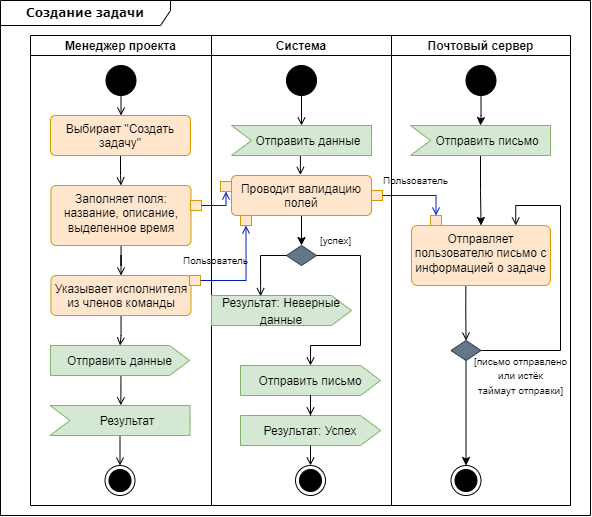
Above: docs/activity_diagrams/create_task.png in aVorotnikov/thunder_board (draw.io), before the change. Source tidied: cells renumbered, new cells last; positions are measured from the earlier drawing's top-left corner, leaving out a move shared by most shapes.
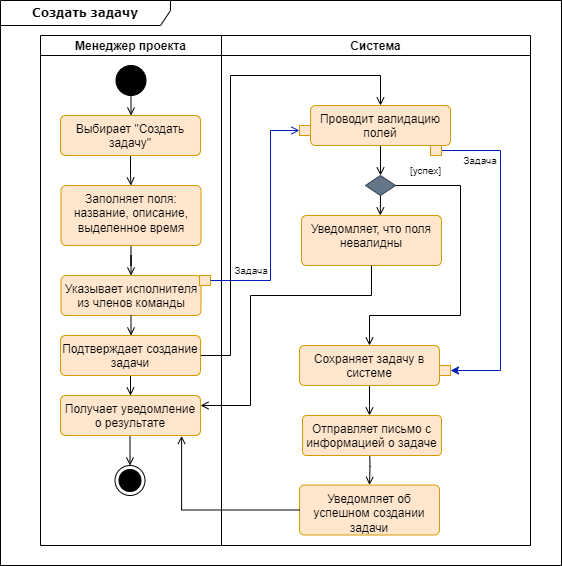
Above is the later version.

Commit message:
Перенос диаграммы

The edit, as a diff of the source:
```diff
@@ -2,17 +2,14 @@
   <root>
     <mxCell id="0" />
     <mxCell id="1" parent="0" />
-    <mxCell id="2" value="&lt;b&gt;Создание задачи&lt;/b&gt;" style="shape=umlFrame;whiteSpace=wrap;html=1;rounded=1;shadow=0;comic=0;labelBackgroundColor=none;strokeWidth=1;fontFamily=Verdana;fontSize=12;align=center;width=170;height=25;" parent="1" vertex="1">
-      <mxGeometry width="590" height="515" as="geometry" />
-    </mxCell>
     <mxCell id="3" style="shape=table;startSize=0;fillColor=none;" parent="1" vertex="1">
-      <mxGeometry x="30" y="35" width="540" height="470" as="geometry" />
+      <mxGeometry x="30" y="35" width="490" height="510" as="geometry" />
     </mxCell>
     <mxCell id="4" style="shape=tableRow;horizontal=0;swimlaneHead=0;swimlaneBody=0;top=0;left=0;strokeColor=inherit;bottom=0;right=0;fontStyle=0;fillColor=none;startSize=0;" parent="3" vertex="1">
-      <mxGeometry width="540" height="470" as="geometry" />
+      <mxGeometry width="490" height="510" as="geometry" />
     </mxCell>
     <mxCell id="5" value="Менеджер проекта" style="swimlane;swimlaneHead=0;swimlaneBody=0;fontStyle=1;strokeColor=inherit;fillColor=none;startSize=20;" parent="4" vertex="1">
-      <mxGeometry width="181" height="470" as="geometry" />
+      <mxGeometry width="181" height="510" as="geometry" />
     </mxCell>
     <mxCell id="6" style="edgeStyle=orthogonalEdgeStyle;rounded=0;jettySize=auto;html=1;endArrow=open;endFill=0;" parent="5" edge="1" source="7" target="9">
       <mxGeometry relative="1" as="geometry" />
@@ -32,173 +29,139 @@
     <mxCell id="11" value="Заполняет поля: название, описание, выделенное время" style="html=1;align=center;verticalAlign=top;rounded=1;absoluteArcSize=1;arcSize=10;dashed=0;whiteSpace=wrap;fillColor=#ffe6cc;strokeColor=#d79b00;" parent="5" vertex="1">
       <mxGeometry x="20.5" y="150" width="140" height="60" as="geometry" />
     </mxCell>
-    <mxCell id="12" style="edgeStyle=orthogonalEdgeStyle;rounded=0;jettySize=auto;html=1;endArrow=open;endFill=0;" parent="5" edge="1" source="13" target="20">
-      <mxGeometry relative="1" as="geometry" />
-    </mxCell>
     <mxCell id="13" value="Указывает исполнителя из членов команды" style="html=1;align=center;verticalAlign=top;rounded=1;absoluteArcSize=1;arcSize=10;dashed=0;whiteSpace=wrap;fillColor=#ffe6cc;strokeColor=#d79b00;" parent="5" vertex="1">
       <mxGeometry x="20.5" y="240" width="140" height="40" as="geometry" />
     </mxCell>
-    <mxCell id="14" style="rounded=0;whiteSpace=wrap;html=1;fillColor=#ffe6cc;strokeColor=#d79b00;" parent="5" vertex="1">
-      <mxGeometry x="160" y="165" width="11" height="10" as="geometry" />
-    </mxCell>
     <mxCell id="15" style="rounded=0;whiteSpace=wrap;html=1;fillColor=#ffe6cc;strokeColor=#d79b00;" parent="5" vertex="1">
       <mxGeometry x="159" y="240" width="11" height="10" as="geometry" />
     </mxCell>
-    <mxCell id="16" style="edgeStyle=orthogonalEdgeStyle;rounded=0;jettySize=auto;html=1;endArrow=open;endFill=0;exitX=0;exitY=0;exitDx=70;exitDy=30;exitPerimeter=0;" parent="5" edge="1" source="17" target="18">
+    <mxCell id="16" style="edgeStyle=orthogonalEdgeStyle;rounded=0;jettySize=auto;html=1;endArrow=open;endFill=0;exitX=0;exitY=0;exitDx=70;exitDy=30;exitPerimeter=0;" parent="5" edge="1" target="18">
       <mxGeometry relative="1" as="geometry">
+        <mxPoint x="89.5" y="400" as="sourcePoint" />
         <Array as="points">
           <mxPoint x="90" y="452" />
           <mxPoint x="90" y="452" />
         </Array>
       </mxGeometry>
     </mxCell>
-    <mxCell id="17" value="&lt;font style=&quot;font-size: 12px;&quot;&gt;Результат&lt;/font&gt;" style="html=1;shape=mxgraph.infographic.ribbonSimple;notch1=20;notch2=0;align=center;verticalAlign=middle;fontSize=14;fontStyle=0;fillColor=#d5e8d4;flipH=0;spacingRight=0;spacingLeft=14;whiteSpace=wrap;strokeColor=#82b366;" parent="5" vertex="1">
-      <mxGeometry x="19.5" y="370" width="140" height="30" as="geometry" />
-    </mxCell>
     <mxCell id="18" style="ellipse;html=1;shape=endState;fillColor=strokeColor;" parent="5" vertex="1">
       <mxGeometry x="74.5" y="430" width="30" height="30" as="geometry" />
     </mxCell>
-    <mxCell id="19" style="edgeStyle=orthogonalEdgeStyle;rounded=0;jettySize=auto;html=1;exitX=0.507;exitY=0.996;exitDx=0;exitDy=0;exitPerimeter=0;entryX=0.506;entryY=-0.006;entryDx=0;entryDy=0;entryPerimeter=0;endArrow=open;endFill=0;" parent="5" edge="1" source="20" target="17">
-      <mxGeometry relative="1" as="geometry" />
-    </mxCell>
-    <mxCell id="20" value="&lt;font style=&quot;font-size: 12px;&quot;&gt;Отправить данные&lt;/font&gt;" style="html=1;shape=mxgraph.infographic.ribbonSimple;notch1=0;notch2=20;align=center;verticalAlign=middle;fontSize=14;fontStyle=0;fillColor=#d5e8d4;whiteSpace=wrap;strokeColor=#82b366;" parent="5" vertex="1">
-      <mxGeometry x="20" y="310" width="139" height="30" as="geometry" />
-    </mxCell>
     <mxCell id="21" value="Система" style="swimlane;swimlaneHead=0;swimlaneBody=0;fontStyle=1;strokeColor=inherit;fillColor=none;startSize=20;" parent="4" vertex="1">
-      <mxGeometry x="181" width="180" height="470" as="geometry" />
+      <mxGeometry x="181" width="309" height="510" as="geometry" />
     </mxCell>
+    <mxCell id="2" value="&lt;b&gt;Создать задачу&lt;/b&gt;" style="shape=umlFrame;whiteSpace=wrap;html=1;rounded=1;shadow=0;comic=0;labelBackgroundColor=none;strokeWidth=1;fontFamily=Verdana;fontSize=12;align=center;width=170;height=25;" parent="21" vertex="1">
+      <mxGeometry x="-221" y="-35" width="561" height="565" as="geometry" />
+    </mxCell>
-    <mxCell id="22" style="edgeStyle=orthogonalEdgeStyle;rounded=0;jettySize=auto;html=1;" parent="21" edge="1" source="23" target="25">
+    <mxCell id="22" style="edgeStyle=orthogonalEdgeStyle;rounded=0;jettySize=auto;html=1;exitX=0.5;exitY=1;exitDx=0;exitDy=0;endArrow=open;endFill=0;" parent="21" edge="1" source="23" target="25">
       <mxGeometry relative="1" as="geometry" />
     </mxCell>
     <mxCell id="23" value="Проводит валидацию полей" style="html=1;align=center;verticalAlign=top;rounded=1;absoluteArcSize=1;arcSize=10;dashed=0;whiteSpace=wrap;fillColor=#ffe6cc;strokeColor=#d79b00;" parent="21" vertex="1">
-      <mxGeometry x="20" y="140" width="140" height="40" as="geometry" />
+      <mxGeometry x="89" y="70" width="140" height="40" as="geometry" />
     </mxCell>
-    <mxCell id="24" style="rounded=0;whiteSpace=wrap;html=1;fillColor=#ffe6cc;strokeColor=#d79b00;" parent="21" vertex="1">
-      <mxGeometry x="9" y="146" width="11" height="10" as="geometry" />
-    </mxCell>
     <mxCell id="25" style="rhombus;whiteSpace=wrap;html=1;verticalAlign=top;rounded=0;arcSize=10;dashed=0;fillColor=#647687;fontColor=#ffffff;strokeColor=#314354;" parent="21" vertex="1">
-      <mxGeometry x="75" y="210" width="30" height="20" as="geometry" />
+      <mxGeometry x="144" y="140" width="30" height="20" as="geometry" />
     </mxCell>
-    <mxCell id="26" style="rounded=0;whiteSpace=wrap;html=1;fillColor=#ffe6cc;strokeColor=#d79b00;" parent="21" vertex="1">
-      <mxGeometry x="160" y="155" width="11" height="10" as="geometry" />
-    </mxCell>
     <mxCell id="27" value="&lt;font style=&quot;font-size: 10px;&quot;&gt;[успех]&lt;/font&gt;" style="text;html=1;align=center;verticalAlign=middle;strokeColor=none;fillColor=none;" parent="21" vertex="1">
-      <mxGeometry x="99" y="190" width="50" height="30" as="geometry" />
+      <mxGeometry x="179" y="120" width="50" height="30" as="geometry" />
     </mxCell>
-    <mxCell id="28" value="&lt;font style=&quot;font-size: 12px;&quot;&gt;Результат: Неверные данные&lt;/font&gt;" style="html=1;shape=mxgraph.infographic.ribbonSimple;notch1=0;notch2=20;align=center;verticalAlign=middle;fontSize=14;fontStyle=0;fillColor=#d5e8d4;whiteSpace=wrap;strokeColor=#82b366;" parent="21" vertex="1">
-      <mxGeometry y="260" width="140" height="30" as="geometry" />
-    </mxCell>
-    <mxCell id="29" value="&lt;font style=&quot;font-size: 12px;&quot;&gt;Отправить письмо&lt;/font&gt;" style="html=1;shape=mxgraph.infographic.ribbonSimple;notch1=0;notch2=20;align=center;verticalAlign=middle;fontSize=14;fontStyle=0;fillColor=#d5e8d4;whiteSpace=wrap;strokeColor=#82b366;" parent="21" vertex="1">
-      <mxGeometry x="29" y="330" width="140" height="30" as="geometry" />
-    </mxCell>
-    <mxCell id="30" style="endArrow=open;html=1;rounded=0;entryX=0.351;entryY=0.024;entryDx=0;entryDy=0;entryPerimeter=0;endFill=0;exitX=0;exitY=0.5;exitDx=0;exitDy=0;" parent="21" edge="1" source="25" target="28">
-      <mxGeometry relative="1" as="geometry">
-        <Array as="points">
-          <mxPoint x="49" y="220" />
-        </Array>
-      </mxGeometry>
-    </mxCell>
-    <mxCell id="31" style="ellipse;fillColor=strokeColor;html=1;" parent="21" vertex="1">
-      <mxGeometry x="75" y="30" width="30" height="30" as="geometry" />
-    </mxCell>
     <mxCell id="32" style="rounded=0;whiteSpace=wrap;html=1;fillColor=#ffe6cc;strokeColor=#d79b00;" parent="21" vertex="1">
-      <mxGeometry x="29" y="180" width="11" height="10" as="geometry" />
+      <mxGeometry x="78" y="90" width="11" height="10" as="geometry" />
     </mxCell>
-    <mxCell id="33" style="edgeStyle=orthogonalEdgeStyle;rounded=0;jettySize=auto;html=1;endArrow=open;endFill=0;exitX=1;exitY=0.5;exitDx=0;exitDy=0;" parent="21" edge="1" source="25">
+    <mxCell id="33" style="edgeStyle=orthogonalEdgeStyle;rounded=0;jettySize=auto;html=1;endArrow=open;endFill=0;exitX=1;exitY=0.5;exitDx=0;exitDy=0;entryX=0.5;entryY=0;entryDx=0;entryDy=0;" parent="21" edge="1" source="25" target="60">
       <mxGeometry relative="1" as="geometry">
-        <mxPoint x="99" y="330" as="targetPoint" />
         <Array as="points">
-          <mxPoint x="149" y="220" />
-          <mxPoint x="149" y="310" />
-          <mxPoint x="99" y="310" />
-          <mxPoint x="99" y="330" />
+          <mxPoint x="239" y="150" />
+          <mxPoint x="239" y="280" />
+          <mxPoint x="148" y="280" />
         </Array>
       </mxGeometry>
     </mxCell>
-    <mxCell id="34" style="ellipse;html=1;shape=endState;fillColor=strokeColor;" parent="21" vertex="1">
-      <mxGeometry x="84" y="430" width="30" height="30" as="geometry" />
-    </mxCell>
-    <mxCell id="35" value="Почтовый сервер" style="swimlane;swimlaneHead=0;swimlaneBody=0;fontStyle=1;strokeColor=inherit;fillColor=none;startSize=20;" parent="4" vertex="1">
-      <mxGeometry x="361" width="179" height="470" as="geometry" />
-    </mxCell>
-    <mxCell id="36" style="edgeStyle=orthogonalEdgeStyle;rounded=0;jettySize=auto;html=1;endArrow=open;endFill=0;exitX=0.391;exitY=1.006;exitDx=0;exitDy=0;exitPerimeter=0;" parent="35" edge="1" source="37" target="42">
-      <mxGeometry relative="1" as="geometry" />
-    </mxCell>
+    <mxCell id="59" style="edgeStyle=orthogonalEdgeStyle;rounded=0;jettySize=auto;html=1;endArrow=open;endFill=0;" parent="21" edge="1" source="60">
+      <mxGeometry relative="1" as="geometry">
+        <mxPoint x="148" y="380" as="targetPoint" />
+      </mxGeometry>
+    </mxCell>
+    <mxCell id="60" value="Сохраняет задачу в системе" style="html=1;align=center;verticalAlign=top;rounded=1;absoluteArcSize=1;arcSize=10;dashed=0;whiteSpace=wrap;fillColor=#ffe6cc;strokeColor=#d79b00;" parent="21" vertex="1">
+      <mxGeometry x="78" y="310" width="140" height="40" as="geometry" />
+    </mxCell>
+    <mxCell id="61" style="rounded=0;whiteSpace=wrap;html=1;fillColor=#ffe6cc;strokeColor=#d79b00;" parent="21" vertex="1">
+      <mxGeometry x="218" y="330" width="11" height="10" as="geometry" />
+    </mxCell>
+    <mxCell id="62" value="Задача" style="text;html=1;strokeColor=none;fillColor=none;align=center;verticalAlign=middle;whiteSpace=wrap;rounded=0;fontSize=10;" parent="21" vertex="1">
+      <mxGeometry x="229" y="110" width="60" height="30" as="geometry" />
+    </mxCell>
+    <mxCell id="63" value="Уведомляет, что поля невалидны" style="html=1;align=center;verticalAlign=top;rounded=1;absoluteArcSize=1;arcSize=10;dashed=0;whiteSpace=wrap;fillColor=#ffe6cc;strokeColor=#d79b00;" parent="21" vertex="1">
+      <mxGeometry x="80" y="180" width="140" height="50" as="geometry" />
+    </mxCell>
+    <mxCell id="64" style="edgeStyle=orthogonalEdgeStyle;rounded=0;jettySize=auto;html=1;exitX=0.5;exitY=1;exitDx=0;exitDy=0;entryX=0.563;entryY=0;entryDx=0;entryDy=0;entryPerimeter=0;endArrow=open;endFill=0;" parent="21" edge="1" source="25" target="63">
+      <mxGeometry relative="1" as="geometry" />
+    </mxCell>
+    <mxCell id="65" value="Уведомляет об успешном создании задачи" style="html=1;align=center;verticalAlign=top;rounded=1;absoluteArcSize=1;arcSize=10;dashed=0;whiteSpace=wrap;fillColor=#ffe6cc;strokeColor=#d79b00;" parent="21" vertex="1">
+      <mxGeometry x="78" y="449.5" width="140" height="50" as="geometry" />
+    </mxCell>
+    <mxCell id="66" style="edgeStyle=orthogonalEdgeStyle;rounded=0;jettySize=auto;html=1;endArrow=open;endFill=0;" parent="21" edge="1" target="65">
+      <mxGeometry relative="1" as="geometry">
+        <mxPoint x="148" y="410" as="sourcePoint" />
+      </mxGeometry>
+    </mxCell>
+    <mxCell id="67" value="Задача" style="text;html=1;strokeColor=none;fillColor=none;align=center;verticalAlign=middle;whiteSpace=wrap;rounded=0;fontSize=10;" parent="21" vertex="1">
+      <mxGeometry y="220" width="60" height="30" as="geometry" />
+    </mxCell>
-    <mxCell id="37" value="Отправляет пользователю письмо с информацией о задаче" style="whiteSpace=wrap;html=1;verticalAlign=top;rounded=1;arcSize=10;dashed=0;fillColor=#ffe6cc;strokeColor=#d79b00;" parent="35" vertex="1">
-      <mxGeometry x="20" y="190" width="139" height="60" as="geometry" />
+    <mxCell id="37" value="Отправляет письмо с информацией о задаче" style="whiteSpace=wrap;html=1;verticalAlign=top;rounded=1;arcSize=10;dashed=0;fillColor=#ffe6cc;strokeColor=#d79b00;" parent="21" vertex="1">
+      <mxGeometry x="81" y="380" width="139" height="40" as="geometry" />
     </mxCell>
-    <mxCell id="38" style="rounded=0;whiteSpace=wrap;html=1;fillColor=#ffe6cc;strokeColor=#d79b00;" parent="35" vertex="1">
-      <mxGeometry x="39" y="180" width="11" height="10" as="geometry" />
-    </mxCell>
-    <mxCell id="39" value="&lt;font style=&quot;font-size: 10px;&quot;&gt;Пользователь&lt;/font&gt;" style="text;html=1;align=center;verticalAlign=middle;strokeColor=none;fillColor=none;" parent="35" vertex="1">
-      <mxGeometry x="-21" y="130" width="90" height="30" as="geometry" />
-    </mxCell>
-    <mxCell id="40" style="edgeStyle=orthogonalEdgeStyle;rounded=0;jettySize=auto;html=1;" parent="35" edge="1" source="42" target="46">
-      <mxGeometry relative="1" as="geometry" />
-    </mxCell>
-    <mxCell id="41" style="edgeStyle=orthogonalEdgeStyle;rounded=0;jettySize=auto;html=1;entryX=0.75;entryY=0;entryDx=0;entryDy=0;endArrow=open;endFill=0;" parent="35" edge="1" source="42" target="37">
-      <mxGeometry relative="1" as="geometry">
-        <Array as="points">
-          <mxPoint x="169" y="315" />
-          <mxPoint x="169" y="170" />
-          <mxPoint x="124" y="170" />
-        </Array>
-      </mxGeometry>
-    </mxCell>
-    <mxCell id="42" style="rhombus;whiteSpace=wrap;html=1;verticalAlign=top;rounded=0;arcSize=10;dashed=0;fillColor=#647687;fontColor=#ffffff;strokeColor=#314354;" parent="35" vertex="1">
-      <mxGeometry x="59.5" y="305" width="30" height="20" as="geometry" />
-    </mxCell>
-    <mxCell id="43" value="&lt;span style=&quot;font-size: 10px;&quot;&gt;[письмо отправлено &lt;br&gt;или истёк &lt;br&gt;таймаут отправки]&lt;/span&gt;" style="text;html=1;align=center;verticalAlign=middle;strokeColor=none;fillColor=none;" parent="35" vertex="1">
-      <mxGeometry x="69" y="310" width="120" height="60" as="geometry" />
-    </mxCell>
-    <mxCell id="44" style="edgeStyle=orthogonalEdgeStyle;rounded=0;jettySize=auto;html=1;" parent="35" edge="1" source="45" target="37">
-      <mxGeometry relative="1" as="geometry" />
-    </mxCell>
-    <mxCell id="45" value="&lt;font style=&quot;font-size: 12px;&quot;&gt;Отправить письмо&lt;/font&gt;" style="html=1;shape=mxgraph.infographic.ribbonSimple;notch1=20;notch2=0;align=center;verticalAlign=middle;fontSize=14;fontStyle=0;fillColor=#d5e8d4;flipH=0;spacingRight=0;spacingLeft=14;whiteSpace=wrap;strokeColor=#82b366;" parent="35" vertex="1">
-      <mxGeometry x="19" y="90" width="140" height="30" as="geometry" />
-    </mxCell>
-    <mxCell id="46" style="ellipse;html=1;shape=endState;fillColor=strokeColor;" parent="35" vertex="1">
-      <mxGeometry x="59.5" y="430" width="30" height="30" as="geometry" />
-    </mxCell>
-    <mxCell id="47" style="ellipse;fillColor=strokeColor;html=1;" parent="35" vertex="1">
-      <mxGeometry x="74.5" y="30" width="30" height="30" as="geometry" />
-    </mxCell>
-    <mxCell id="48" style="edgeStyle=orthogonalEdgeStyle;rounded=0;jettySize=auto;html=1;" parent="35" edge="1" source="47" target="45">
-      <mxGeometry relative="1" as="geometry" />
-    </mxCell>
-    <mxCell id="49" style="edgeStyle=orthogonalEdgeStyle;rounded=0;jettySize=auto;html=1;exitX=1;exitY=0.5;exitDx=0;exitDy=0;entryX=0.5;entryY=1;entryDx=0;entryDy=0;fillColor=#0050ef;strokeColor=#001DBC;endArrow=open;endFill=0;" parent="4" edge="1" source="14" target="24">
-      <mxGeometry relative="1" as="geometry" />
-    </mxCell>
-    <mxCell id="50" style="edgeStyle=orthogonalEdgeStyle;rounded=0;jettySize=auto;html=1;exitX=1;exitY=0.5;exitDx=0;exitDy=0;entryX=0.5;entryY=0;entryDx=0;entryDy=0;fillColor=#0050ef;strokeColor=#001DBC;endArrow=open;endFill=0;" parent="4" edge="1" source="26" target="38">
-      <mxGeometry relative="1" as="geometry" />
-    </mxCell>
-    <mxCell id="51" style="edgeStyle=orthogonalEdgeStyle;rounded=0;jettySize=auto;html=1;entryX=0.5;entryY=1;entryDx=0;entryDy=0;fillColor=#0050ef;strokeColor=#001DBC;endArrow=open;endFill=0;exitX=1;exitY=0.5;exitDx=0;exitDy=0;" parent="4" edge="1" source="15" target="32">
-      <mxGeometry relative="1" as="geometry" />
+    <mxCell id="51" style="edgeStyle=orthogonalEdgeStyle;rounded=0;jettySize=auto;html=1;entryX=0;entryY=0.5;entryDx=0;entryDy=0;fillColor=#0050ef;strokeColor=#001DBC;endArrow=open;endFill=0;exitX=1;exitY=0.5;exitDx=0;exitDy=0;" parent="4" edge="1" source="15" target="32">
+      <mxGeometry relative="1" as="geometry">
+        <Array as="points">
+          <mxPoint x="230" y="245" />
+          <mxPoint x="230" y="95" />
+        </Array>
+      </mxGeometry>
     </mxCell>
-    <mxCell id="52" value="&lt;font style=&quot;font-size: 10px;&quot;&gt;Пользователь&lt;/font&gt;" style="text;html=1;align=center;verticalAlign=middle;strokeColor=none;fillColor=none;" parent="1" vertex="1">
-      <mxGeometry x="170" y="245" width="90" height="30" as="geometry" />
-    </mxCell>
-    <mxCell id="53" style="edgeStyle=orthogonalEdgeStyle;rounded=0;jettySize=auto;html=1;entryX=0.492;entryY=-0.013;entryDx=0;entryDy=0;entryPerimeter=0;endArrow=open;endFill=0;" parent="1" edge="1" source="54" target="23">
-      <mxGeometry relative="1" as="geometry">
-        <Array as="points">
-          <mxPoint x="300" y="165" />
-        </Array>
-      </mxGeometry>
-    </mxCell>
-    <mxCell id="54" value="&lt;font style=&quot;font-size: 12px;&quot;&gt;Отправить данные&lt;/font&gt;" style="html=1;shape=mxgraph.infographic.ribbonSimple;notch1=20;notch2=0;align=center;verticalAlign=middle;fontSize=14;fontStyle=0;fillColor=#d5e8d4;flipH=0;spacingRight=0;spacingLeft=14;whiteSpace=wrap;strokeColor=#82b366;" parent="1" vertex="1">
-      <mxGeometry x="231" y="125" width="140" height="30" as="geometry" />
-    </mxCell>
-    <mxCell id="55" style="edgeStyle=orthogonalEdgeStyle;rounded=0;jettySize=auto;html=1;entryX=0;entryY=0;entryDx=70;entryDy=0;entryPerimeter=0;endArrow=open;endFill=0;" parent="1" edge="1" source="31" target="54">
-      <mxGeometry relative="1" as="geometry" />
-    </mxCell>
-    <mxCell id="56" value="&lt;font style=&quot;font-size: 12px;&quot;&gt;Результат: Успех&lt;/font&gt;" style="html=1;shape=mxgraph.infographic.ribbonSimple;notch1=0;notch2=20;align=center;verticalAlign=middle;fontSize=14;fontStyle=0;fillColor=#d5e8d4;whiteSpace=wrap;strokeColor=#82b366;" parent="1" vertex="1">
-      <mxGeometry x="240" y="415" width="140" height="30" as="geometry" />
-    </mxCell>
-    <mxCell id="57" style="edgeStyle=orthogonalEdgeStyle;rounded=0;jettySize=auto;html=1;endArrow=open;endFill=0;" parent="1" edge="1" source="29" target="56">
-      <mxGeometry relative="1" as="geometry" />
-    </mxCell>
-    <mxCell id="58" style="endArrow=open;html=1;rounded=0;endFill=0;" parent="1" edge="1" source="56" target="34">
-      <mxGeometry relative="1" as="geometry" />
-    </mxCell>
+    <mxCell id="68" style="edgeStyle=orthogonalEdgeStyle;rounded=0;jettySize=auto;html=1;endArrow=open;endFill=0;entryX=0.5;entryY=0;entryDx=0;entryDy=0;" parent="1" edge="1" source="70" target="23">
+      <mxGeometry relative="1" as="geometry">
+        <Array as="points">
+          <mxPoint x="220" y="355" />
+          <mxPoint x="220" y="75" />
+          <mxPoint x="370" y="75" />
+        </Array>
+      </mxGeometry>
+    </mxCell>
+    <mxCell id="69" style="edgeStyle=orthogonalEdgeStyle;rounded=0;jettySize=auto;html=1;entryX=0.5;entryY=0;entryDx=0;entryDy=0;endArrow=open;endFill=0;" parent="1" edge="1" source="70" target="72">
+      <mxGeometry relative="1" as="geometry" />
+    </mxCell>
+    <mxCell id="70" value="Подтверждает создание задачи" style="html=1;align=center;verticalAlign=top;rounded=1;absoluteArcSize=1;arcSize=10;dashed=0;whiteSpace=wrap;fillColor=#ffe6cc;strokeColor=#d79b00;" parent="1" vertex="1">
+      <mxGeometry x="50" y="335" width="140" height="40" as="geometry" />
+    </mxCell>
+    <mxCell id="71" style="edgeStyle=orthogonalEdgeStyle;rounded=0;jettySize=auto;html=1;endArrow=open;endFill=0;" parent="1" edge="1" source="13" target="70">
+      <mxGeometry relative="1" as="geometry" />
+    </mxCell>
+    <mxCell id="72" value="Получает уведомление о результате" style="html=1;align=center;verticalAlign=top;rounded=1;absoluteArcSize=1;arcSize=10;dashed=0;whiteSpace=wrap;fillColor=#ffe6cc;strokeColor=#d79b00;" parent="1" vertex="1">
+      <mxGeometry x="50" y="395" width="140" height="40" as="geometry" />
+    </mxCell>
+    <mxCell id="73" style="edgeStyle=orthogonalEdgeStyle;rounded=0;jettySize=auto;html=1;exitX=0.5;exitY=1;exitDx=0;exitDy=0;entryX=1;entryY=0.25;entryDx=0;entryDy=0;endArrow=open;endFill=0;" parent="1" edge="1" source="63" target="72">
+      <mxGeometry relative="1" as="geometry">
+        <Array as="points">
+          <mxPoint x="361" y="295" />
+          <mxPoint x="240" y="295" />
+          <mxPoint x="240" y="405" />
+        </Array>
+      </mxGeometry>
+    </mxCell>
+    <mxCell id="74" style="edgeStyle=orthogonalEdgeStyle;rounded=0;jettySize=auto;html=1;endArrow=open;endFill=0;entryX=0.865;entryY=1.009;entryDx=0;entryDy=0;entryPerimeter=0;" parent="1" edge="1" source="65" target="72">
+      <mxGeometry relative="1" as="geometry" />
+    </mxCell>
+    <mxCell id="75" style="edgeStyle=orthogonalEdgeStyle;rounded=0;jettySize=auto;html=1;exitX=1;exitY=0.5;exitDx=0;exitDy=0;entryX=1;entryY=0.5;entryDx=0;entryDy=0;fillColor=#0050ef;strokeColor=#001DBC;endArrow=classic;endFill=1;" parent="1" edge="1" source="76" target="61">
+      <mxGeometry relative="1" as="geometry">
+        <Array as="points">
+          <mxPoint x="490" y="150" />
+          <mxPoint x="490" y="370" />
+        </Array>
+      </mxGeometry>
+    </mxCell>
+    <mxCell id="76" style="rounded=0;whiteSpace=wrap;html=1;fillColor=#ffe6cc;strokeColor=#d79b00;" parent="1" vertex="1">
+      <mxGeometry x="420" y="145" width="11" height="10" as="geometry" />
+    </mxCell>
   </root>
 </mxGraphModel>
```
